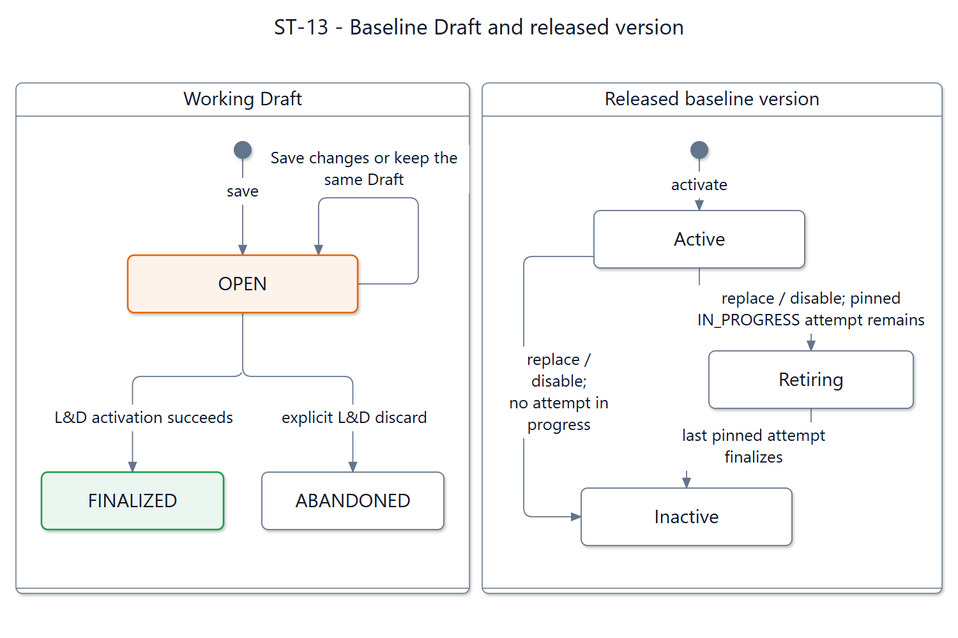
The Mermaid diagram documents/diagrams/mermaid/st-13.png in SEP490-Fall-2026-GFA26SE64/SEP490, before a commit. Its source is kept beside it as documents/diagrams/mermaid/st-13.mmd.
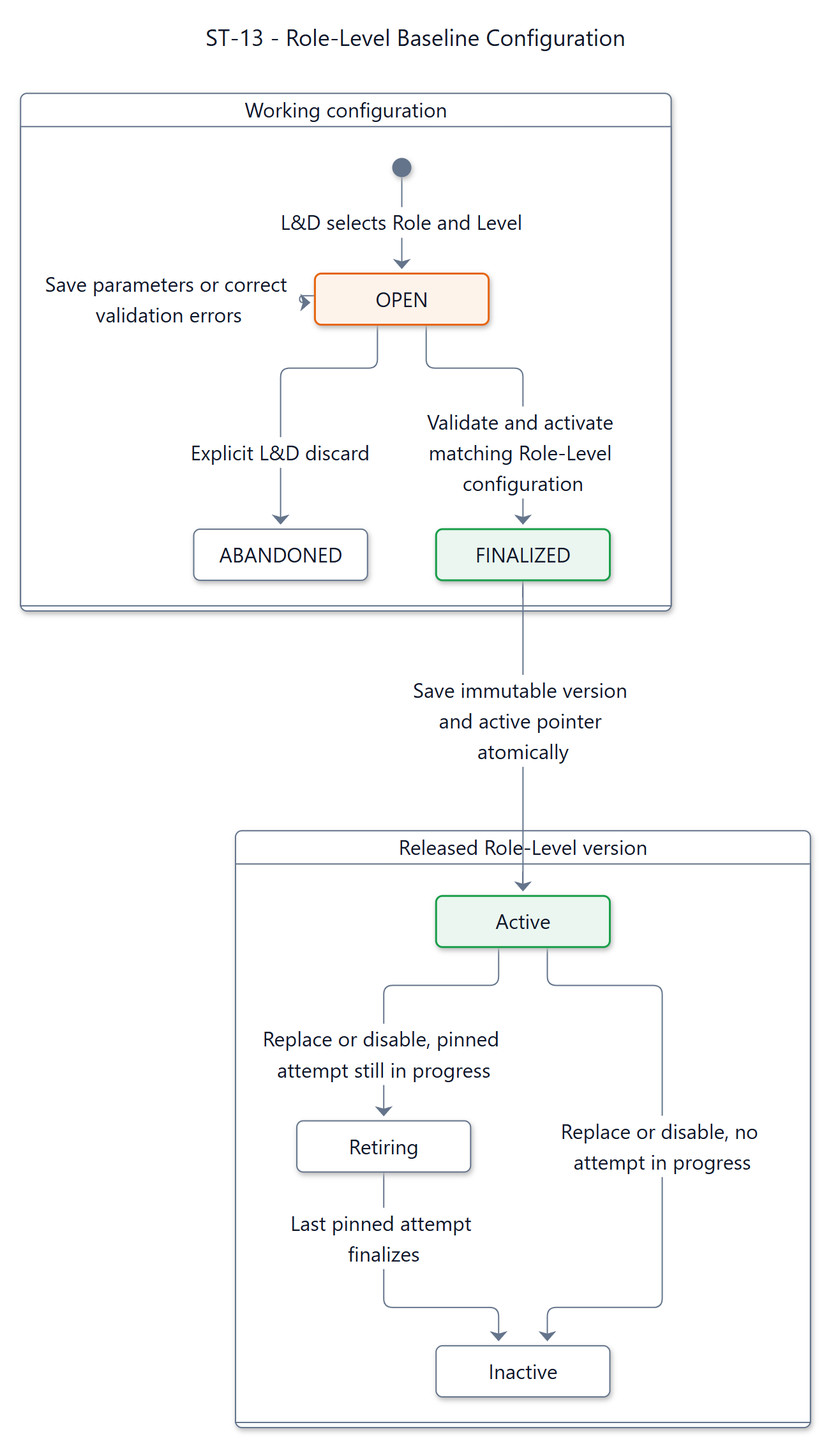
Later version of the same file.

Change to the diagram source:
```diff
@@ -1,28 +1,29 @@
 ---
-title: "ST-13 - Baseline Draft and released version"
-config: {"theme":"base","fontFamily":"Segoe UI, Arial, sans-serif","themeVariables":{"fontFamily":"Segoe UI, Arial, sans-serif","fontSize":"16px","primaryColor":"#ffffff","primaryTextColor":"#0f1729","primaryBorderColor":"#64748b","secondaryColor":"#fef3eb","tertiaryColor":"#ffffff","lineColor":"#64748b","textColor":"#0f1729","mainBkg":"#ffffff","background":"#ffffff","clusterBkg":"#ffffff","clusterBorder":"#64748b","edgeLabelBackground":"#ffffff","titleColor":"#0f1729","noteBkgColor":"#fef3eb","noteTextColor":"#0f1729","noteBorderColor":"#e6650f","labelColor":"#0f1729","compositeBackground":"#ffffff","compositeTitleBackground":"#ffffff","compositeBorder":"#64748b","altBackground":"#ffffff","nodeBorder":"#64748b","nodeTextColor":"#0f1729","cScale0":"#ffffff","cScaleLabel0":"#0f1729","cScale1":"#ffffff","cScaleLabel1":"#0f1729","cScale2":"#ffffff","cScaleLabel2":"#0f1729","cScale3":"#ffffff","cScaleLabel3":"#0f1729","cScale4":"#ffffff","cScaleLabel4":"#0f1729","cScale5":"#ffffff","cScaleLabel5":"#0f1729","cScale6":"#ffffff","cScaleLabel6":"#0f1729","cScale7":"#ffffff","cScaleLabel7":"#0f1729","cScale8":"#ffffff","cScaleLabel8":"#0f1729","cScale9":"#ffffff","cScaleLabel9":"#0f1729","cScale10":"#ffffff","cScaleLabel10":"#0f1729","cScale11":"#ffffff","cScaleLabel11":"#0f1729","secondaryBorderColor":"#64748b","tertiaryBorderColor":"#64748b","secondaryTextColor":"#0f1729","tertiaryTextColor":"#0f1729"},"state":{"nodeSpacing":42,"rankSpacing":64,"padding":16,"fontSize":16,"wrappingWidth":250}}
+title: "ST-13 - Role-Level Baseline Configuration"
+config: {"theme":"base","fontFamily":"Segoe UI, Arial, sans-serif","themeVariables":{"fontFamily":"Segoe UI, Arial, sans-serif","fontSize":"16px","primaryColor":"#ffffff","primaryTextColor":"#0f1729","primaryBorderColor":"#64748b","secondaryColor":"#fef3eb","tertiaryColor":"#ffffff","lineColor":"#64748b","textColor":"#0f1729","mainBkg":"#ffffff","background":"#ffffff","clusterBkg":"#ffffff","clusterBorder":"#64748b","edgeLabelBackground":"#ffffff","titleColor":"#0f1729","noteBkgColor":"#fef3eb","noteTextColor":"#0f1729","noteBorderColor":"#e6650f","labelColor":"#0f1729","compositeBackground":"#ffffff","compositeTitleBackground":"#ffffff","compositeBorder":"#64748b","altBackground":"#ffffff","nodeBorder":"#64748b","nodeTextColor":"#0f1729","cScale0":"#ffffff","cScaleLabel0":"#0f1729","cScale1":"#ffffff","cScaleLabel1":"#0f1729","cScale2":"#ffffff","cScaleLabel2":"#0f1729","cScale3":"#ffffff","cScaleLabel3":"#0f1729","cScale4":"#ffffff","cScaleLabel4":"#0f1729","cScale5":"#ffffff","cScaleLabel5":"#0f1729","cScale6":"#ffffff","cScaleLabel6":"#0f1729","cScale7":"#ffffff","cScaleLabel7":"#0f1729","cScale8":"#ffffff","cScaleLabel8":"#0f1729","cScale9":"#ffffff","cScaleLabel9":"#0f1729","cScale10":"#ffffff","cScaleLabel10":"#0f1729","cScale11":"#ffffff","cScaleLabel11":"#0f1729","secondaryBorderColor":"#64748b","tertiaryBorderColor":"#64748b","secondaryTextColor":"#0f1729","tertiaryTextColor":"#0f1729"},"state":{"nodeSpacing":42,"rankSpacing":64,"padding":16,"fontSize":16,"wrappingWidth":250},"look":"neo"}
 ---
 stateDiagram-v2
-  state "Working Draft" as Group0 {
+  direction TB
+  state "Working configuration" as Draft {
     state "OPEN" as open
-    state "FINALIZED" as final
-    state "ABANDONED" as abandon
-    [*] --> open : save
-    open --> open : Save changes or keep the same Draft
-    open --> final : L&D activation succeeds
-    open --> abandon : explicit L&D discard
+    state "FINALIZED" as finalized
+    state "ABANDONED" as abandoned
+    [*] --> open : L&D selects Role and Level
+    open --> open : Save parameters or correct validation errors
+    open --> finalized : Validate and activate matching Role-Level configuration
+    open --> abandoned : Explicit L&D discard
   }
-  state "Released baseline version" as Group1 {
+  state "Released Role-Level version" as Version {
     state "Active" as active
     state "Retiring" as retiring
     state "Inactive" as inactive
-    [*] --> active : activate
-    active --> retiring : replace / disable; pinned IN_PROGRESS attempt remains
-    active --> inactive : replace / disable; no attempt in progress
-    retiring --> inactive : last pinned attempt finalizes
+    active --> retiring : Replace or disable, pinned attempt still in progress
+    active --> inactive : Replace or disable, no attempt in progress
+    retiring --> inactive : Last pinned attempt finalizes
   }
+  finalized --> active : Save immutable version and active pointer atomically
   classDef accepted fill:#eaf6ef,stroke:#1a9e4a,color:#0f1729,stroke-width:1.5px
   classDef attention fill:#fdf2f2,stroke:#dc2828,color:#0f1729,stroke-width:1.5px
   classDef working fill:#fef3eb,stroke:#e6650f,color:#0f1729,stroke-width:1.5px
   class open working
-  class final accepted
+  class finalized,active accepted
```
